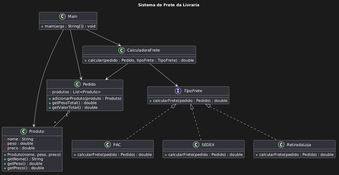
This is DiagramaUML.png from LcMartendal/projeto-livraria, a PlantUML export, as it was before one commit.
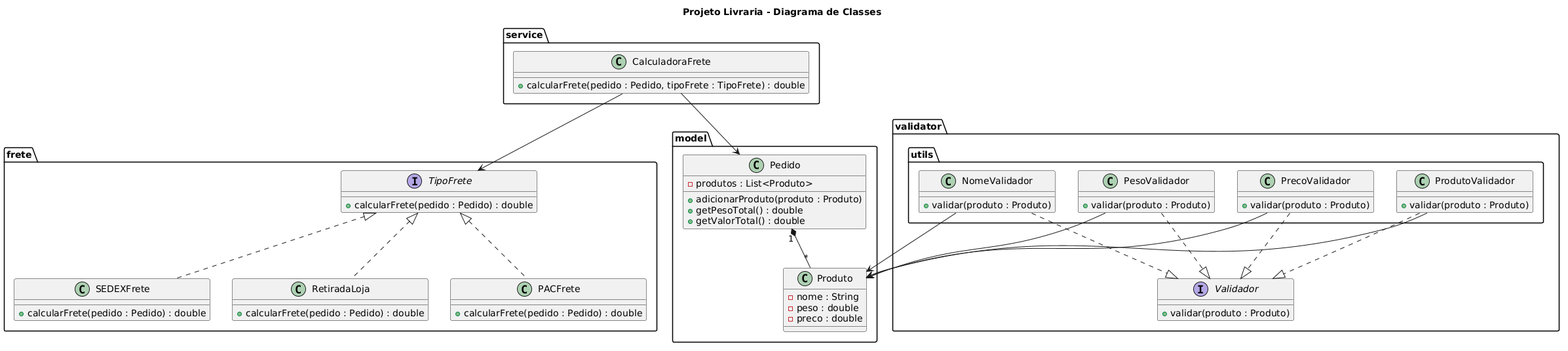
The same diagram one commit later.

Commit message:
novo diagrama

Change to the diagram source:
```diff
@@ -1,57 +1,95 @@
 @startuml
-title Sistema de Frete da Livraria
+title Projeto Livraria - Diagrama de Classes
+
+package frete {
+
+interface TipoFrete {
+    +calcularFrete(pedido : Pedido) : double
+}
+
+class PACFrete {
+    +calcularFrete(pedido : Pedido) : double
+}
+
+class SEDEXFrete {
+    +calcularFrete(pedido : Pedido) : double
+}
+
+class RetiradaLoja {
+    +calcularFrete(pedido : Pedido) : double
+}
+
+TipoFrete <|.. PACFrete
+TipoFrete <|.. SEDEXFrete
+TipoFrete <|.. RetiradaLoja
+
+}
+
+package model {
 
 class Produto {
-  - nome : String
-  - peso : double
-  - preco : double
-  + Produto(nome, peso, preco)
-  + getNome() : String
-  + getPeso() : double
-  + getPreco() : double
+    -nome : String
+    -peso : double
+    -preco : double
 }
 
 class Pedido {
-  - produtos : List<Produto>
-  + adicionarProduto(produto : Produto)
-  + getPesoTotal() : double
-  + getValorTotal() : double
+    -produtos : List<Produto>
+    +adicionarProduto(produto : Produto)
+    +getPesoTotal() : double
+    +getValorTotal() : double
 }
 
-interface TipoFrete {
-  + calcularFrete(pedido : Pedido) : double
+Pedido "1" *-- "*" Produto
+
 }
 
-class PAC {
-  + calcularFrete(pedido : Pedido) : double
-}
-
-class SEDEX {
-  + calcularFrete(pedido : Pedido) : double
-}
-
-class RetiradaLoja {
-  + calcularFrete(pedido : Pedido) : double
-}
+package service {
 
 class CalculadoraFrete {
-  + calcular(pedido : Pedido, tipoFrete : TipoFrete) : double
+    +calcularFrete(pedido : Pedido, tipoFrete : TipoFrete) : double
 }
-
-class Main {
-  + main(args : String[]) : void
-}
-
-Pedido "1" o-- "*" Produto
-
-TipoFrete <|.. PAC
-TipoFrete <|.. SEDEX
-TipoFrete <|.. RetiradaLoja
 
 CalculadoraFrete --> TipoFrete
 CalculadoraFrete --> Pedido
 
-Main --> Pedido
-Main --> Produto
-Main --> CalculadoraFrete
+}
+
+package validator {
+
+interface Validador {
+    +validar(produto : Produto)
+}
+
+}
+
+package validator.utils {
+
+class NomeValidador {
+    +validar(produto : Produto)
+}
+
+class PesoValidador {
+    +validar(produto : Produto)
+}
+
+class PrecoValidador {
+    +validar(produto : Produto)
+}
+
+class ProdutoValidador {
+    +validar(produto : Produto)
+}
+
+NomeValidador ..|> Validador
+PesoValidador ..|> Validador
+PrecoValidador ..|> Validador
+ProdutoValidador ..|> Validador
+
+NomeValidador --> Produto
+PesoValidador --> Produto
+PrecoValidador --> Produto
+ProdutoValidador --> Produto
+
+}
 @enduml
```
